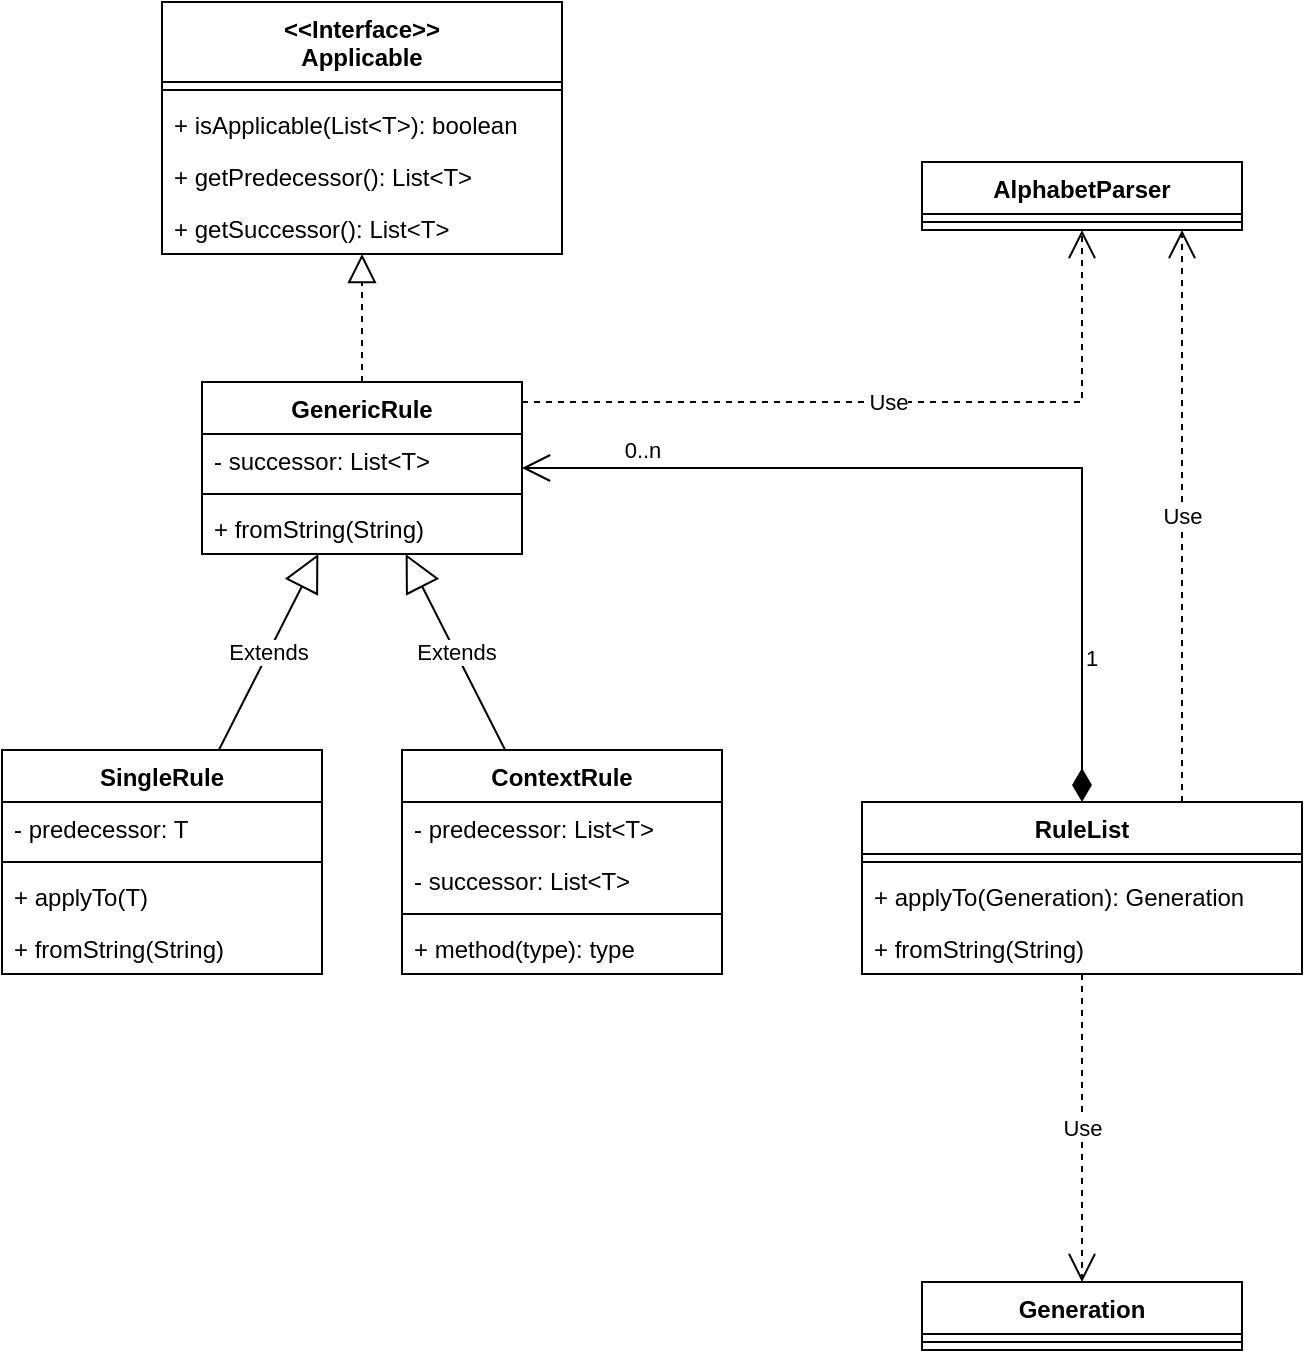
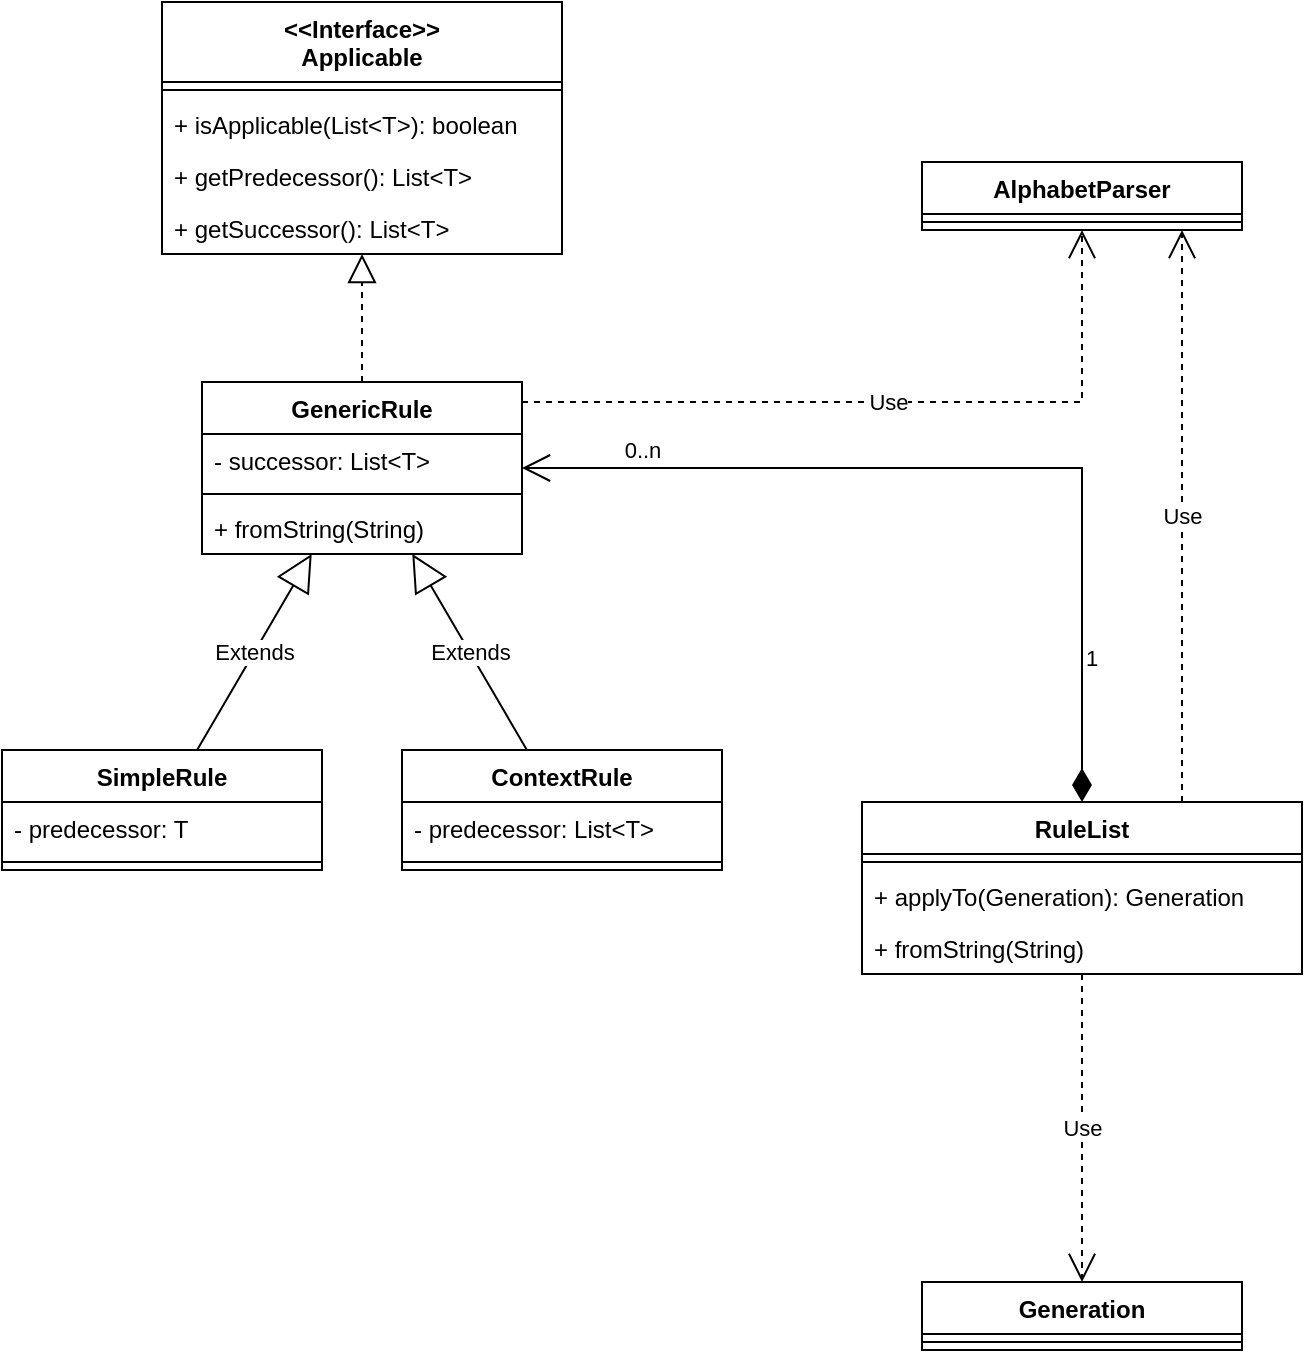
<mxfile host="Electron" agent="Mozilla/5.0 (Macintosh; Intel Mac OS X 10_15_7) AppleWebKit/537.36 (KHTML, like Gecko) draw.io/29.3.0 Chrome/140.0.7339.249 Electron/38.7.2 Safari/537.36" version="29.3.0">
  <diagram name="Page-1" id="GYNc1CgCx8KRXXdGIcZh">
    <mxGraphModel dx="976" dy="755" grid="1" gridSize="10" guides="1" tooltips="1" connect="1" arrows="1" fold="1" page="1" pageScale="1" pageWidth="827" pageHeight="1169" math="0" shadow="0">
      <root>
        <mxCell id="0" />
        <mxCell id="1" parent="0" />
-         <mxCell id="CSyHSFAXyXGEq7vWyrqX-10" parent="1" style="swimlane;fontStyle=1;align=center;verticalAlign=top;childLayout=stackLayout;horizontal=1;startSize=26;horizontalStack=0;resizeParent=1;resizeParentMax=0;resizeLast=0;collapsible=1;marginBottom=0;whiteSpace=wrap;html=1;" value="SingleRule" vertex="1">
-           <mxGeometry height="112" width="160" x="20" y="654" as="geometry" />
+         <mxCell id="CSyHSFAXyXGEq7vWyrqX-10" parent="1" style="swimlane;fontStyle=1;align=center;verticalAlign=top;childLayout=stackLayout;horizontal=1;startSize=26;horizontalStack=0;resizeParent=1;resizeParentMax=0;resizeLast=0;collapsible=1;marginBottom=0;whiteSpace=wrap;html=1;" value="SimpleRule" vertex="1">
+           <mxGeometry height="60" width="160" x="20" y="654" as="geometry" />
        </mxCell>
        <mxCell id="CSyHSFAXyXGEq7vWyrqX-11" parent="CSyHSFAXyXGEq7vWyrqX-10" style="text;strokeColor=none;fillColor=none;align=left;verticalAlign=top;spacingLeft=4;spacingRight=4;overflow=hidden;rotatable=0;points=[[0,0.5],[1,0.5]];portConstraint=eastwest;whiteSpace=wrap;html=1;" value="- predecessor: T" vertex="1">
          <mxGeometry height="26" width="160" y="26" as="geometry" />
        </mxCell>
        <mxCell id="CSyHSFAXyXGEq7vWyrqX-12" parent="CSyHSFAXyXGEq7vWyrqX-10" style="line;strokeWidth=1;fillColor=none;align=left;verticalAlign=middle;spacingTop=-1;spacingLeft=3;spacingRight=3;rotatable=0;labelPosition=right;points=[];portConstraint=eastwest;strokeColor=inherit;" value="" vertex="1">
          <mxGeometry height="8" width="160" y="52" as="geometry" />
-         </mxCell>
-         <mxCell id="CSyHSFAXyXGEq7vWyrqX-13" parent="CSyHSFAXyXGEq7vWyrqX-10" style="text;strokeColor=none;fillColor=none;align=left;verticalAlign=top;spacingLeft=4;spacingRight=4;overflow=hidden;rotatable=0;points=[[0,0.5],[1,0.5]];portConstraint=eastwest;whiteSpace=wrap;html=1;" value="+ applyTo(T)" vertex="1">
-           <mxGeometry height="26" width="160" y="60" as="geometry" />
-         </mxCell>
-         <mxCell id="CSyHSFAXyXGEq7vWyrqX-34" parent="CSyHSFAXyXGEq7vWyrqX-10" style="text;strokeColor=none;fillColor=none;align=left;verticalAlign=top;spacingLeft=4;spacingRight=4;overflow=hidden;rotatable=0;points=[[0,0.5],[1,0.5]];portConstraint=eastwest;whiteSpace=wrap;html=1;" value="+ fromString(String)" vertex="1">
-           <mxGeometry height="26" width="160" y="86" as="geometry" />
        </mxCell>
        <mxCell id="CSyHSFAXyXGEq7vWyrqX-15" parent="1" style="swimlane;fontStyle=1;align=center;verticalAlign=top;childLayout=stackLayout;horizontal=1;startSize=26;horizontalStack=0;resizeParent=1;resizeParentMax=0;resizeLast=0;collapsible=1;marginBottom=0;whiteSpace=wrap;html=1;" value="RuleList" vertex="1">
          <mxGeometry height="86" width="220" x="450" y="680" as="geometry" />
        </mxCell>
        <mxCell id="CSyHSFAXyXGEq7vWyrqX-17" parent="CSyHSFAXyXGEq7vWyrqX-15" style="line;strokeWidth=1;fillColor=none;align=left;verticalAlign=middle;spacingTop=-1;spacingLeft=3;spacingRight=3;rotatable=0;labelPosition=right;points=[];portConstraint=eastwest;strokeColor=inherit;" value="" vertex="1">
          <mxGeometry height="8" width="220" y="26" as="geometry" />
        </mxCell>
        <mxCell id="CSyHSFAXyXGEq7vWyrqX-18" parent="CSyHSFAXyXGEq7vWyrqX-15" style="text;strokeColor=none;fillColor=none;align=left;verticalAlign=top;spacingLeft=4;spacingRight=4;overflow=hidden;rotatable=0;points=[[0,0.5],[1,0.5]];portConstraint=eastwest;whiteSpace=wrap;html=1;" value="+ applyTo(Generation): Generation" vertex="1">
          <mxGeometry height="26" width="220" y="34" as="geometry" />
        </mxCell>
        <mxCell id="CSyHSFAXyXGEq7vWyrqX-35" parent="CSyHSFAXyXGEq7vWyrqX-15" style="text;strokeColor=none;fillColor=none;align=left;verticalAlign=top;spacingLeft=4;spacingRight=4;overflow=hidden;rotatable=0;points=[[0,0.5],[1,0.5]];portConstraint=eastwest;whiteSpace=wrap;html=1;" value="+ fromString(String)" vertex="1">
          <mxGeometry height="26" width="220" y="60" as="geometry" />
        </mxCell>
        <mxCell id="CSyHSFAXyXGEq7vWyrqX-19" edge="1" parent="1" source="CSyHSFAXyXGEq7vWyrqX-15" style="endArrow=open;html=1;endSize=12;startArrow=diamondThin;startSize=14;startFill=1;edgeStyle=orthogonalEdgeStyle;align=left;verticalAlign=bottom;rounded=0;" target="CSyHSFAXyXGEq7vWyrqX-47" value="1">
          <mxGeometry relative="1" x="-0.7183" as="geometry">
            <mxPoint as="offset" />
            <Array as="points">
              <mxPoint x="560" y="513" />
            </Array>
            <mxPoint x="330" y="750" as="sourcePoint" />
            <mxPoint x="490" y="750" as="targetPoint" />
          </mxGeometry>
        </mxCell>
        <mxCell id="CSyHSFAXyXGEq7vWyrqX-41" connectable="0" parent="CSyHSFAXyXGEq7vWyrqX-19" style="edgeLabel;html=1;align=center;verticalAlign=middle;resizable=0;points=[];" value="0..n" vertex="1">
          <mxGeometry relative="1" x="0.7412" y="1" as="geometry">
            <mxPoint x="2" y="-10" as="offset" />
          </mxGeometry>
        </mxCell>
        <mxCell id="CSyHSFAXyXGEq7vWyrqX-25" parent="1" style="swimlane;fontStyle=1;align=center;verticalAlign=top;childLayout=stackLayout;horizontal=1;startSize=26;horizontalStack=0;resizeParent=1;resizeParentMax=0;resizeLast=0;collapsible=1;marginBottom=0;whiteSpace=wrap;html=1;" value="Generation" vertex="1">
          <mxGeometry height="34" width="160" x="480" y="920" as="geometry" />
        </mxCell>
        <mxCell id="CSyHSFAXyXGEq7vWyrqX-27" parent="CSyHSFAXyXGEq7vWyrqX-25" style="line;strokeWidth=1;fillColor=none;align=left;verticalAlign=middle;spacingTop=-1;spacingLeft=3;spacingRight=3;rotatable=0;labelPosition=right;points=[];portConstraint=eastwest;strokeColor=inherit;" value="" vertex="1">
          <mxGeometry height="8" width="160" y="26" as="geometry" />
        </mxCell>
        <mxCell id="CSyHSFAXyXGEq7vWyrqX-29" edge="1" parent="1" source="CSyHSFAXyXGEq7vWyrqX-15" style="endArrow=open;endSize=12;dashed=1;html=1;rounded=0;" target="CSyHSFAXyXGEq7vWyrqX-25" value="Use">
          <mxGeometry relative="1" width="160" as="geometry">
            <mxPoint x="260" y="870" as="sourcePoint" />
            <mxPoint x="420" y="870" as="targetPoint" />
          </mxGeometry>
        </mxCell>
        <mxCell id="CSyHSFAXyXGEq7vWyrqX-36" parent="1" style="swimlane;fontStyle=1;align=center;verticalAlign=top;childLayout=stackLayout;horizontal=1;startSize=26;horizontalStack=0;resizeParent=1;resizeParentMax=0;resizeLast=0;collapsible=1;marginBottom=0;whiteSpace=wrap;html=1;" value="AlphabetParser" vertex="1">
          <mxGeometry height="34" width="160" x="480" y="360" as="geometry" />
        </mxCell>
        <mxCell id="CSyHSFAXyXGEq7vWyrqX-38" parent="CSyHSFAXyXGEq7vWyrqX-36" style="line;strokeWidth=1;fillColor=none;align=left;verticalAlign=middle;spacingTop=-1;spacingLeft=3;spacingRight=3;rotatable=0;labelPosition=right;points=[];portConstraint=eastwest;strokeColor=inherit;" value="" vertex="1">
          <mxGeometry height="8" width="160" y="26" as="geometry" />
        </mxCell>
        <mxCell id="CSyHSFAXyXGEq7vWyrqX-40" edge="1" parent="1" source="CSyHSFAXyXGEq7vWyrqX-47" style="endArrow=open;endSize=12;dashed=1;html=1;rounded=0;" target="CSyHSFAXyXGEq7vWyrqX-36" value="Use">
          <mxGeometry relative="1" width="160" as="geometry">
            <mxPoint as="offset" />
            <Array as="points">
              <mxPoint x="280" y="480" />
              <mxPoint x="560" y="480" />
            </Array>
            <mxPoint x="260" y="770" as="sourcePoint" />
            <mxPoint x="420" y="770" as="targetPoint" />
          </mxGeometry>
        </mxCell>
        <mxCell id="CSyHSFAXyXGEq7vWyrqX-52" edge="1" parent="1" style="endArrow=open;endSize=12;dashed=1;html=1;rounded=0;" value="Use">
          <mxGeometry relative="1" width="160" as="geometry">
            <mxPoint as="offset" />
            <mxPoint x="610" y="680" as="sourcePoint" />
            <mxPoint x="610" y="394" as="targetPoint" />
          </mxGeometry>
        </mxCell>
        <mxCell id="CSyHSFAXyXGEq7vWyrqX-42" parent="1" style="swimlane;fontStyle=1;align=center;verticalAlign=top;childLayout=stackLayout;horizontal=1;startSize=40;horizontalStack=0;resizeParent=1;resizeParentMax=0;resizeLast=0;collapsible=1;marginBottom=0;whiteSpace=wrap;html=1;" value="&amp;lt;&amp;lt;Interface&amp;gt;&amp;gt;&lt;div&gt;Applicable&lt;/div&gt;" vertex="1">
          <mxGeometry height="126" width="200" x="100" y="280" as="geometry" />
        </mxCell>
        <mxCell id="CSyHSFAXyXGEq7vWyrqX-44" parent="CSyHSFAXyXGEq7vWyrqX-42" style="line;strokeWidth=1;fillColor=none;align=left;verticalAlign=middle;spacingTop=-1;spacingLeft=3;spacingRight=3;rotatable=0;labelPosition=right;points=[];portConstraint=eastwest;strokeColor=inherit;" value="" vertex="1">
          <mxGeometry height="8" width="200" y="40" as="geometry" />
        </mxCell>
        <mxCell id="CSyHSFAXyXGEq7vWyrqX-45" parent="CSyHSFAXyXGEq7vWyrqX-42" style="text;strokeColor=none;fillColor=none;align=left;verticalAlign=top;spacingLeft=4;spacingRight=4;overflow=hidden;rotatable=0;points=[[0,0.5],[1,0.5]];portConstraint=eastwest;whiteSpace=wrap;html=1;" value="+ isApplicable(List&amp;lt;T&amp;gt;): boolean" vertex="1">
          <mxGeometry height="26" width="200" y="48" as="geometry" />
        </mxCell>
        <mxCell id="CSyHSFAXyXGEq7vWyrqX-51" parent="CSyHSFAXyXGEq7vWyrqX-42" style="text;strokeColor=none;fillColor=none;align=left;verticalAlign=top;spacingLeft=4;spacingRight=4;overflow=hidden;rotatable=0;points=[[0,0.5],[1,0.5]];portConstraint=eastwest;whiteSpace=wrap;html=1;" value="+ getPredecessor(): List&amp;lt;T&amp;gt;" vertex="1">
          <mxGeometry height="26" width="200" y="74" as="geometry" />
        </mxCell>
        <mxCell id="CSyHSFAXyXGEq7vWyrqX-46" parent="CSyHSFAXyXGEq7vWyrqX-42" style="text;strokeColor=none;fillColor=none;align=left;verticalAlign=top;spacingLeft=4;spacingRight=4;overflow=hidden;rotatable=0;points=[[0,0.5],[1,0.5]];portConstraint=eastwest;whiteSpace=wrap;html=1;" value="+ getSuccessor(): List&amp;lt;T&amp;gt;" vertex="1">
          <mxGeometry height="26" width="200" y="100" as="geometry" />
        </mxCell>
        <mxCell id="CSyHSFAXyXGEq7vWyrqX-47" parent="1" style="swimlane;fontStyle=1;align=center;verticalAlign=top;childLayout=stackLayout;horizontal=1;startSize=26;horizontalStack=0;resizeParent=1;resizeParentMax=0;resizeLast=0;collapsible=1;marginBottom=0;whiteSpace=wrap;html=1;" value="GenericRule" vertex="1">
          <mxGeometry height="86" width="160" x="120" y="470" as="geometry" />
        </mxCell>
        <mxCell id="CSyHSFAXyXGEq7vWyrqX-48" parent="CSyHSFAXyXGEq7vWyrqX-47" style="text;strokeColor=none;fillColor=none;align=left;verticalAlign=top;spacingLeft=4;spacingRight=4;overflow=hidden;rotatable=0;points=[[0,0.5],[1,0.5]];portConstraint=eastwest;whiteSpace=wrap;html=1;" value="- successor: List&amp;lt;T&amp;gt;" vertex="1">
          <mxGeometry height="26" width="160" y="26" as="geometry" />
        </mxCell>
        <mxCell id="CSyHSFAXyXGEq7vWyrqX-49" parent="CSyHSFAXyXGEq7vWyrqX-47" style="line;strokeWidth=1;fillColor=none;align=left;verticalAlign=middle;spacingTop=-1;spacingLeft=3;spacingRight=3;rotatable=0;labelPosition=right;points=[];portConstraint=eastwest;strokeColor=inherit;" value="" vertex="1">
          <mxGeometry height="8" width="160" y="52" as="geometry" />
        </mxCell>
        <mxCell id="CSyHSFAXyXGEq7vWyrqX-62" parent="CSyHSFAXyXGEq7vWyrqX-47" style="text;strokeColor=none;fillColor=none;align=left;verticalAlign=top;spacingLeft=4;spacingRight=4;overflow=hidden;rotatable=0;points=[[0,0.5],[1,0.5]];portConstraint=eastwest;whiteSpace=wrap;html=1;" value="+ fromString(String)" vertex="1">
          <mxGeometry height="26" width="160" y="60" as="geometry" />
        </mxCell>
        <mxCell id="CSyHSFAXyXGEq7vWyrqX-53" edge="1" parent="1" source="CSyHSFAXyXGEq7vWyrqX-47" style="endArrow=block;dashed=1;endFill=0;endSize=12;html=1;rounded=0;" target="CSyHSFAXyXGEq7vWyrqX-42" value="">
          <mxGeometry relative="1" width="160" as="geometry">
            <mxPoint x="260" y="640" as="sourcePoint" />
            <mxPoint x="420" y="640" as="targetPoint" />
          </mxGeometry>
        </mxCell>
        <mxCell id="CSyHSFAXyXGEq7vWyrqX-54" edge="1" parent="1" source="CSyHSFAXyXGEq7vWyrqX-10" style="endArrow=block;endSize=16;endFill=0;html=1;rounded=0;" target="CSyHSFAXyXGEq7vWyrqX-47" value="Extends">
          <mxGeometry relative="1" width="160" x="0.0009" as="geometry">
            <mxPoint as="offset" />
            <mxPoint x="260" y="630" as="sourcePoint" />
            <mxPoint x="420" y="630" as="targetPoint" />
          </mxGeometry>
        </mxCell>
        <mxCell id="CSyHSFAXyXGEq7vWyrqX-61" edge="1" parent="1" source="CSyHSFAXyXGEq7vWyrqX-55" style="endArrow=block;endSize=16;endFill=0;html=1;rounded=0;" target="CSyHSFAXyXGEq7vWyrqX-47" value="Extends">
          <mxGeometry relative="1" width="160" x="0.0009" as="geometry">
            <mxPoint as="offset" />
            <mxPoint x="138" y="664" as="sourcePoint" />
            <mxPoint x="188" y="566" as="targetPoint" />
          </mxGeometry>
        </mxCell>
        <mxCell id="CSyHSFAXyXGEq7vWyrqX-55" parent="1" style="swimlane;fontStyle=1;align=center;verticalAlign=top;childLayout=stackLayout;horizontal=1;startSize=26;horizontalStack=0;resizeParent=1;resizeParentMax=0;resizeLast=0;collapsible=1;marginBottom=0;whiteSpace=wrap;html=1;" value="ContextRule" vertex="1">
-           <mxGeometry height="112" width="160" x="220" y="654" as="geometry" />
+           <mxGeometry height="60" width="160" x="220" y="654" as="geometry" />
        </mxCell>
        <mxCell id="CSyHSFAXyXGEq7vWyrqX-59" parent="CSyHSFAXyXGEq7vWyrqX-55" style="text;strokeColor=none;fillColor=none;align=left;verticalAlign=top;spacingLeft=4;spacingRight=4;overflow=hidden;rotatable=0;points=[[0,0.5],[1,0.5]];portConstraint=eastwest;whiteSpace=wrap;html=1;" value="- predecessor: List&amp;lt;T&amp;gt;" vertex="1">
          <mxGeometry height="26" width="160" y="26" as="geometry" />
        </mxCell>
-         <mxCell id="CSyHSFAXyXGEq7vWyrqX-60" parent="CSyHSFAXyXGEq7vWyrqX-55" style="text;strokeColor=none;fillColor=none;align=left;verticalAlign=top;spacingLeft=4;spacingRight=4;overflow=hidden;rotatable=0;points=[[0,0.5],[1,0.5]];portConstraint=eastwest;whiteSpace=wrap;html=1;" value="- successor: List&amp;lt;T&amp;gt;" vertex="1">
-           <mxGeometry height="26" width="160" y="52" as="geometry" />
-         </mxCell>
        <mxCell id="CSyHSFAXyXGEq7vWyrqX-57" parent="CSyHSFAXyXGEq7vWyrqX-55" style="line;strokeWidth=1;fillColor=none;align=left;verticalAlign=middle;spacingTop=-1;spacingLeft=3;spacingRight=3;rotatable=0;labelPosition=right;points=[];portConstraint=eastwest;strokeColor=inherit;" value="" vertex="1">
-           <mxGeometry height="8" width="160" y="78" as="geometry" />
-         </mxCell>
-         <mxCell id="CSyHSFAXyXGEq7vWyrqX-58" parent="CSyHSFAXyXGEq7vWyrqX-55" style="text;strokeColor=none;fillColor=none;align=left;verticalAlign=top;spacingLeft=4;spacingRight=4;overflow=hidden;rotatable=0;points=[[0,0.5],[1,0.5]];portConstraint=eastwest;whiteSpace=wrap;html=1;" value="+ method(type): type" vertex="1">
-           <mxGeometry height="26" width="160" y="86" as="geometry" />
+           <mxGeometry height="8" width="160" y="52" as="geometry" />
        </mxCell>
      </root>
    </mxGraphModel>
  </diagram>
</mxfile>
